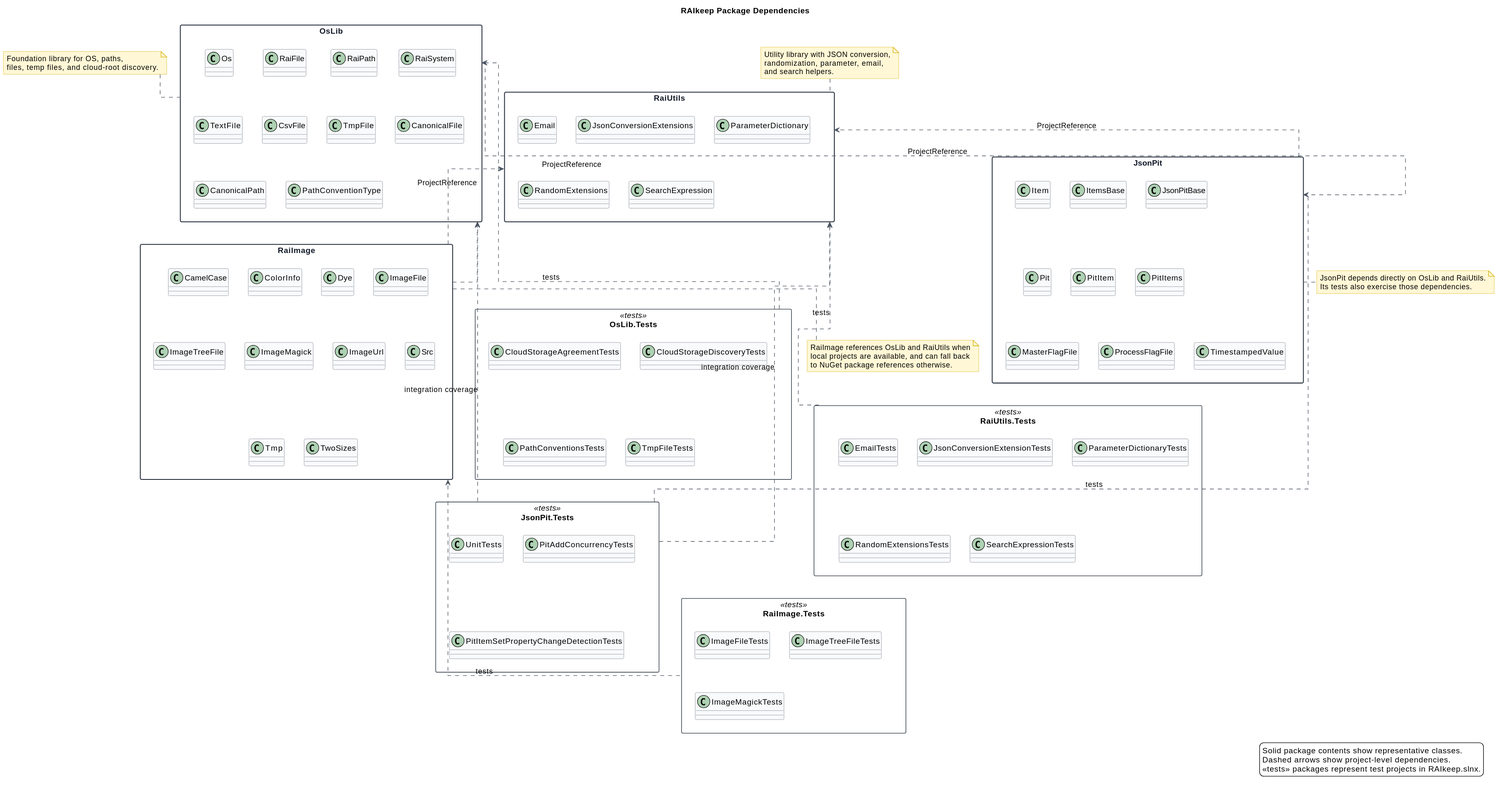
Above: RAIkeep-Package-Dependencies.svg in Burkhardt/JsonPitSolution (PlantUML), before the change.
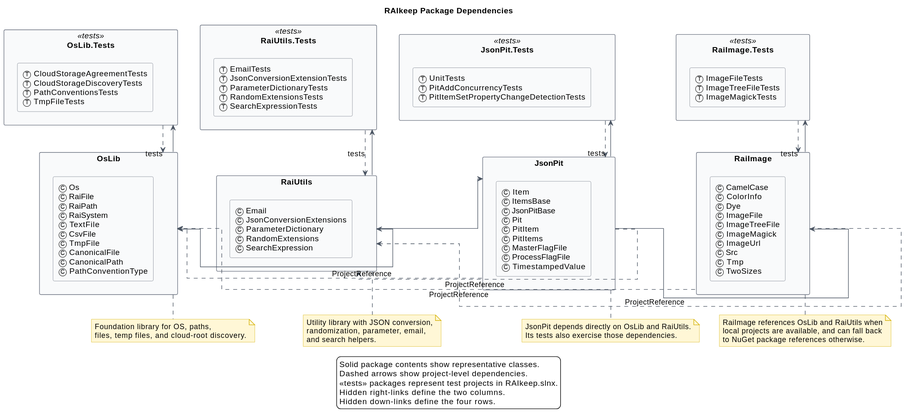
Above is the later version.

Commit message:
Updates Package diagram with Test packages

What changed in the source:
```diff
@@ -12,110 +12,68 @@
 skinparam PackageFontColor #111827
 skinparam ClassBorderColor #6b7280
 skinparam ClassBackgroundColor #f9fafb
+skinparam RectangleBorderColor #6b7280
+skinparam RectangleBackgroundColor #f9fafb
 skinparam NoteBackgroundColor #fff7d6
 skinparam NoteBorderColor #d4b106
 
 package "OsLib" as P_OsLib {
-	class Os
-	class RaiFile
-	class RaiPath
-	class RaiSystem
-	class TextFile
-	class CsvFile
-	class TmpFile
-	class CanonicalFile
-	class CanonicalPath
-	class PathConventionType
+	rectangle "Ⓒ Os\nⒸ RaiFile\nⒸ RaiPath\nⒸ RaiSystem\nⒸ TextFile\nⒸ CsvFile\nⒸ TmpFile\nⒸ CanonicalFile\nⒸ CanonicalPath\nⒸ PathConventionType" as M_OsLib
+}
+
+package "OsLib.Tests" <<tests>> as T_OsLib {
+	rectangle "Ⓣ CloudStorageAgreementTests\nⓉ CloudStorageDiscoveryTests\nⓉ PathConventionsTests\nⓉ TmpFileTests" as M_T_OsLib
 }
 
 package "RaiUtils" as P_RaiUtils {
-	class Email
-	class JsonConversionExtensions
-	class ParameterDictionary
-	class RandomExtensions
-	class SearchExpression
+	rectangle "Ⓒ Email\nⒸ JsonConversionExtensions\nⒸ ParameterDictionary\nⒸ RandomExtensions\nⒸ SearchExpression" as M_RaiUtils
+}
+
+package "RaiUtils.Tests" <<tests>> as T_RaiUtils {
+	rectangle "Ⓣ EmailTests\nⓉ JsonConversionExtensionTests\nⓉ ParameterDictionaryTests\nⓉ RandomExtensionsTests\nⓉ SearchExpressionTests" as M_T_RaiUtils
 }
 
 package "JsonPit" as P_JsonPit {
-	class Item
-	class ItemsBase
-	class JsonPitBase
-	class Pit
-	class PitItem
-	class PitItems
-	class MasterFlagFile
-	class ProcessFlagFile
-	class TimestampedValue
+	rectangle "Ⓒ Item\nⒸ ItemsBase\nⒸ JsonPitBase\nⒸ Pit\nⒸ PitItem\nⒸ PitItems\nⒸ MasterFlagFile\nⒸ ProcessFlagFile\nⒸ TimestampedValue" as M_JsonPit
+}
+
+package "JsonPit.Tests" <<tests>> as T_JsonPit {
+	rectangle "Ⓣ UnitTests\nⓉ PitAddConcurrencyTests\nⓉ PitItemSetPropertyChangeDetectionTests" as M_T_JsonPit
 }
 
 package "RaiImage" as P_RaiImage {
-	class CamelCase
-	class ColorInfo
-	class Dye
-	class ImageFile
-	class ImageTreeFile
-	class ImageMagick
-	class ImageUrl
-	class Src
-	class Tmp
-	class TwoSizes
-}
-
-package "OsLib.Tests" <<tests>> as T_OsLib {
-	class CloudStorageAgreementTests
-	class CloudStorageDiscoveryTests
-	class PathConventionsTests
-	class TmpFileTests
-}
-
-package "RaiUtils.Tests" <<tests>> as T_RaiUtils {
-	class EmailTests
-	class JsonConversionExtensionTests
-	class ParameterDictionaryTests
-	class RandomExtensionsTests
-	class SearchExpressionTests
-}
-
-package "JsonPit.Tests" <<tests>> as T_JsonPit {
-	class UnitTests
-	class PitAddConcurrencyTests
-	class PitItemSetPropertyChangeDetectionTests
+	rectangle "Ⓒ CamelCase\nⒸ ColorInfo\nⒸ Dye\nⒸ ImageFile\nⒸ ImageTreeFile\nⒸ ImageMagick\nⒸ ImageUrl\nⒸ Src\nⒸ Tmp\nⒸ TwoSizes" as M_RaiImage
 }
 
 package "RaiImage.Tests" <<tests>> as T_RaiImage {
-	class ImageFileTests
-	class ImageTreeFileTests
-	class ImageMagickTests
+	rectangle "Ⓣ ImageFileTests\nⓉ ImageTreeFileTests\nⓉ ImageMagickTests" as M_T_RaiImage
 }
 
-P_OsLib -[hidden]down-> P_RaiUtils
-P_RaiUtils -[hidden]down-> P_JsonPit
-P_JsonPit -[hidden]down-> P_RaiImage
-P_RaiImage -[hidden]down-> T_OsLib
-T_OsLib -[hidden]down-> T_RaiUtils
-T_RaiUtils -[hidden]down-> T_JsonPit
-T_JsonPit -[hidden]down-> T_RaiImage
+P_OsLib -[norank]right-> T_OsLib
+P_RaiUtils -[norank]right-> T_RaiUtils
+P_JsonPit -[norank]right-> T_JsonPit
+P_RaiImage -[norank]right-> T_RaiImage
+
+P_OsLib -[norank]down-> P_RaiUtils
+P_RaiUtils -[norank]down-> P_JsonPit
+P_JsonPit -[norank]down-> P_RaiImage
 
 P_JsonPit ..[norank]> P_OsLib : ProjectReference
 P_JsonPit ..[norank]> P_RaiUtils : ProjectReference
-
 P_RaiImage ..[norank]> P_OsLib : ProjectReference
 P_RaiImage ..[norank]> P_RaiUtils : ProjectReference
 
-T_OsLib ..[norank]> P_OsLib : tests
-T_RaiUtils ..[norank]> P_RaiUtils : tests
-T_RaiImage ..[norank]> P_RaiImage : tests
+T_OsLib ..> P_OsLib : tests
+T_RaiUtils ..> P_RaiUtils : tests
+T_JsonPit ..> P_JsonPit : tests
+T_RaiImage ..> P_RaiImage : tests
 
-T_JsonPit ..[norank]> P_JsonPit : tests
-T_JsonPit ..[norank]> P_OsLib : integration coverage
-T_JsonPit ..[norank]> P_RaiUtils : integration coverage
-
-note left of P_OsLib
+note bottom of P_OsLib
 	Foundation library for OS, paths,
 	files, temp files, and cloud-root discovery.
 end note
 
-note top of P_RaiUtils
+note bottom of P_RaiUtils
 	Utility library with JSON conversion,
 	randomization, parameter, email,
 	and search helpers.
@@ -132,9 +90,11 @@
 	to NuGet package references otherwise.
 end note
 
-legend right
+legend bottom
 	Solid package contents show representative classes.
 	Dashed arrows show project-level dependencies.
 	<<tests>> packages represent test projects in RAIkeep.slnx.
+	Hidden right-links define the two columns.
+	Hidden down-links define the four rows.
 endlegend
 @enduml
```
